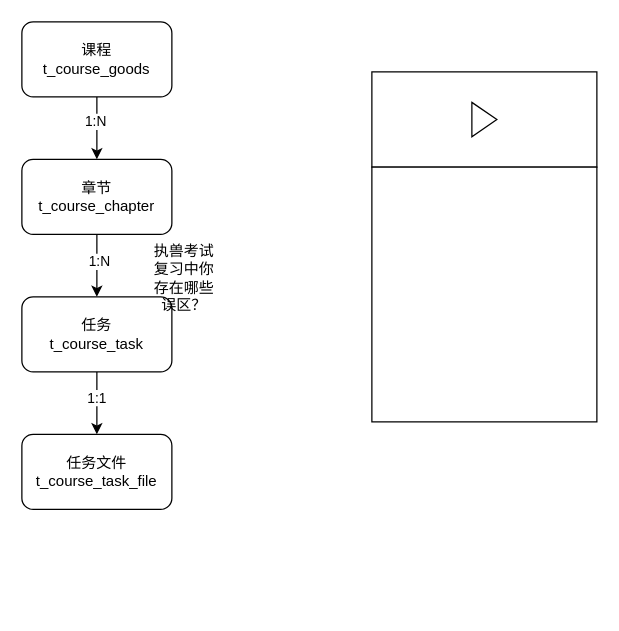
The draw.io diagram zcjy.drawio in jimmy0/chart, before the edit. Source tidied: cells renumbered, new cells numbered last; positions are measured from the earlier drawing's top-left corner, leaving out a move shared by most shapes. Both pictures are drawn from the tidied source at 125%, with x=0, y=0 at pixel (21, 21).
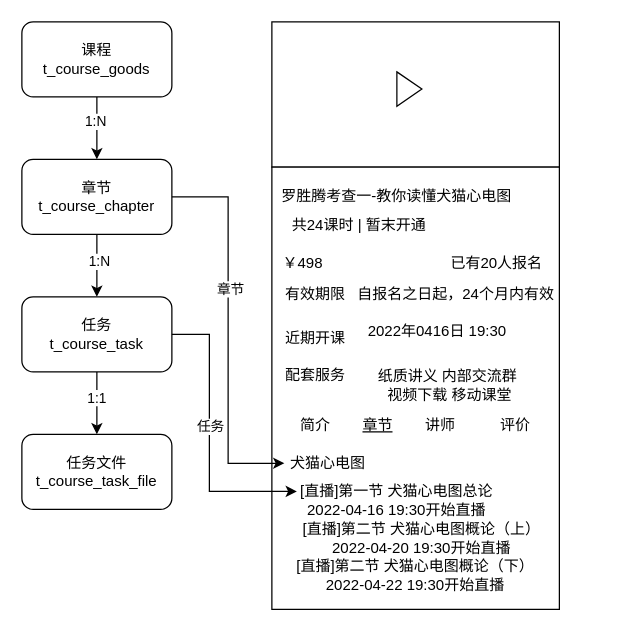
The same diagram, later.

Unchanged cells that the change refers to:
```xml
<mxCell id="7" value="章节&lt;br&gt;t_course_chapter" style="rounded=1;whiteSpace=wrap;html=1;" parent="1" vertex="1">
  <mxGeometry y="110" width="120" height="60" as="geometry" />
</mxCell>
<mxCell id="10" value="任务&lt;br&gt;t_course_task" style="rounded=1;whiteSpace=wrap;html=1;" parent="1" vertex="1">
  <mxGeometry y="220" width="120" height="60" as="geometry" />
</mxCell>
```

What changed in the source:
```diff
@@
     <mxCell id="12" style="rounded=0;whiteSpace=wrap;html=1;" parent="1" vertex="1">
-      <mxGeometry x="280" y="40" width="180" height="76.2" as="geometry" />
+      <mxGeometry x="200" width="230" height="116.2" as="geometry" />
     </mxCell>
     <mxCell id="13" style="triangle;whiteSpace=wrap;html=1;" parent="1" vertex="1">
-      <mxGeometry x="360" y="64.4" width="20" height="27.5" as="geometry" />
+      <mxGeometry x="300" y="40" width="20" height="27.5" as="geometry" />
     </mxCell>
     <mxCell id="14" style="rounded=0;whiteSpace=wrap;html=1;" parent="1" vertex="1">
-      <mxGeometry x="280" y="116.2" width="180" height="203.8" as="geometry" />
+      <mxGeometry x="200" y="116.2" width="230" height="353.8" as="geometry" />
     </mxCell>
-    <mxCell id="15" value="执兽考试复习中你存在哪些误区？" style="text;html=1;strokeColor=none;fillColor=none;align=center;verticalAlign=middle;whiteSpace=wrap;rounded=0;" parent="1" vertex="1">
-      <mxGeometry x="100" y="190" width="60" height="30" as="geometry" />
+    <mxCell id="15" value="罗胜腾考查一-教你读懂犬猫心电图" style="text;html=1;strokeColor=none;fillColor=none;align=center;verticalAlign=middle;whiteSpace=wrap;rounded=0;" parent="1" vertex="1">
+      <mxGeometry x="205" y="125" width="190" height="30" as="geometry" />
     </mxCell>
+    <mxCell id="16" value="共24课时 |&amp;nbsp;暂末开通" style="text;html=1;strokeColor=none;fillColor=none;align=center;verticalAlign=middle;whiteSpace=wrap;rounded=0;" parent="1" vertex="1">
+      <mxGeometry x="200" y="148.1" width="140" height="30" as="geometry" />
+    </mxCell>
+    <mxCell id="17" value="￥498" style="text;html=1;strokeColor=none;fillColor=none;align=center;verticalAlign=middle;whiteSpace=wrap;rounded=0;" parent="1" vertex="1">
+      <mxGeometry x="200" y="178.1" width="50" height="30" as="geometry" />
+    </mxCell>
+    <mxCell id="18" value="已有20人报名" style="text;html=1;strokeColor=none;fillColor=none;align=center;verticalAlign=middle;whiteSpace=wrap;rounded=0;" parent="1" vertex="1">
+      <mxGeometry x="340" y="178.1" width="80" height="30" as="geometry" />
+    </mxCell>
+    <mxCell id="19" value="有效期限" style="text;html=1;strokeColor=none;fillColor=none;align=center;verticalAlign=middle;whiteSpace=wrap;rounded=0;" parent="1" vertex="1">
+      <mxGeometry x="210" y="203.1" width="50" height="30" as="geometry" />
+    </mxCell>
+    <mxCell id="20" value="近期开课" style="text;html=1;strokeColor=none;fillColor=none;align=center;verticalAlign=middle;whiteSpace=wrap;rounded=0;" parent="1" vertex="1">
+      <mxGeometry x="210" y="238.1" width="50" height="30" as="geometry" />
+    </mxCell>
+    <mxCell id="21" value="配套服务" style="text;html=1;strokeColor=none;fillColor=none;align=center;verticalAlign=middle;whiteSpace=wrap;rounded=0;" parent="1" vertex="1">
+      <mxGeometry x="210" y="268.1" width="50" height="30" as="geometry" />
+    </mxCell>
+    <mxCell id="22" value="简介" style="text;html=1;strokeColor=none;fillColor=none;align=center;verticalAlign=middle;whiteSpace=wrap;rounded=0;" parent="1" vertex="1">
+      <mxGeometry x="210" y="308.1" width="50" height="30" as="geometry" />
+    </mxCell>
+    <mxCell id="23" value="&lt;u&gt;章节&lt;/u&gt;" style="text;html=1;strokeColor=none;fillColor=none;align=center;verticalAlign=middle;whiteSpace=wrap;rounded=0;" parent="1" vertex="1">
+      <mxGeometry x="260" y="308.1" width="50" height="30" as="geometry" />
+    </mxCell>
+    <mxCell id="24" value="讲师" style="text;html=1;strokeColor=none;fillColor=none;align=center;verticalAlign=middle;whiteSpace=wrap;rounded=0;" parent="1" vertex="1">
+      <mxGeometry x="310" y="308.1" width="50" height="30" as="geometry" />
+    </mxCell>
+    <mxCell id="25" value="评价" style="text;html=1;strokeColor=none;fillColor=none;align=center;verticalAlign=middle;whiteSpace=wrap;rounded=0;" parent="1" vertex="1">
+      <mxGeometry x="370" y="308.1" width="50" height="30" as="geometry" />
+    </mxCell>
+    <mxCell id="26" value="犬猫心电图" style="text;html=1;strokeColor=none;fillColor=none;align=center;verticalAlign=middle;whiteSpace=wrap;rounded=0;" parent="1" vertex="1">
+      <mxGeometry x="210" y="338.1" width="70" height="30" as="geometry" />
+    </mxCell>
+    <mxCell id="27" value="[直播]第一节&amp;nbsp;犬猫心电图总论&lt;br&gt;2022-04-16 19:30开始直播" style="text;html=1;strokeColor=none;fillColor=none;align=center;verticalAlign=middle;whiteSpace=wrap;rounded=0;" parent="1" vertex="1">
+      <mxGeometry x="220" y="368.1" width="160" height="30" as="geometry" />
+    </mxCell>
+    <mxCell id="28" value="[直播]第二节&amp;nbsp;犬猫心电图概论（上）&lt;br&gt;2022-04-20 19:30开始直播" style="text;html=1;strokeColor=none;fillColor=none;align=center;verticalAlign=middle;whiteSpace=wrap;rounded=0;" parent="1" vertex="1">
+      <mxGeometry x="220" y="398.1" width="200" height="30" as="geometry" />
+    </mxCell>
+    <mxCell id="29" value="[直播]第二节&amp;nbsp;犬猫心电图概论（下）&lt;br&gt;2022-04-22 19:30开始直播" style="text;html=1;strokeColor=none;fillColor=none;align=center;verticalAlign=middle;whiteSpace=wrap;rounded=0;" parent="1" vertex="1">
+      <mxGeometry x="215" y="428.1" width="200" height="30" as="geometry" />
+    </mxCell>
+    <mxCell id="30" value="自报名之日起，24个月内有效" style="text;html=1;strokeColor=none;fillColor=none;align=center;verticalAlign=middle;whiteSpace=wrap;rounded=0;" parent="1" vertex="1">
+      <mxGeometry x="265" y="203.1" width="165" height="30" as="geometry" />
+    </mxCell>
+    <mxCell id="31" value="2022年0416日 19:30" style="text;html=1;strokeColor=none;fillColor=none;align=center;verticalAlign=middle;whiteSpace=wrap;rounded=0;" parent="1" vertex="1">
+      <mxGeometry x="250" y="233.1" width="165" height="30" as="geometry" />
+    </mxCell>
+    <mxCell id="32" value="纸质讲义&amp;nbsp;内部交流群&amp;nbsp;&lt;br&gt;视频下载&amp;nbsp;移动课堂" style="text;html=1;strokeColor=none;fillColor=none;align=center;verticalAlign=middle;whiteSpace=wrap;rounded=0;" parent="1" vertex="1">
+      <mxGeometry x="260" y="276.3" width="165" height="30" as="geometry" />
+    </mxCell>
+    <mxCell id="33" style="edgeStyle=orthogonalEdgeStyle;rounded=0;jettySize=auto;html=1;entryX=0;entryY=0.5;entryDx=0;entryDy=0;" parent="1" edge="1" source="7" target="26">
+      <mxGeometry relative="1" as="geometry" />
+    </mxCell>
+    <mxCell id="34" value="章节" style="edgeLabel;html=1;align=center;verticalAlign=middle;" parent="33" vertex="1">
+      <mxGeometry x="-0.22" y="1" relative="1" as="geometry" />
+    </mxCell>
+    <mxCell id="35" style="edgeStyle=orthogonalEdgeStyle;rounded=0;jettySize=auto;html=1;entryX=0;entryY=0.25;entryDx=0;entryDy=0;" parent="1" edge="1" source="10" target="27">
+      <mxGeometry relative="1" as="geometry">
+        <Array as="points">
+          <mxPoint x="150" y="250" />
+          <mxPoint x="150" y="376" />
+        </Array>
+      </mxGeometry>
+    </mxCell>
+    <mxCell id="36" value="任务" style="edgeLabel;html=1;align=center;verticalAlign=middle;" parent="35" vertex="1">
+      <mxGeometry x="-0.09" relative="1" as="geometry" />
+    </mxCell>
```
